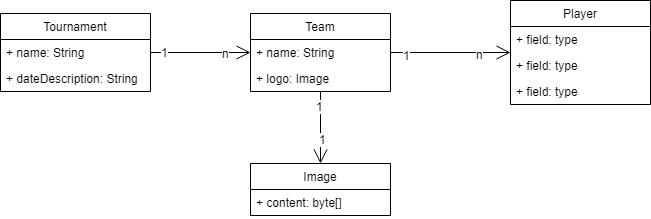
Before: documentation/ysg-manager_class-diagram.png, a diagram exported from draw.io (lukas99/ysg-manager). Source tidied: cells renumbered, new cells last; positions are measured from the earlier drawing's top-left corner, leaving out a move shared by most shapes.
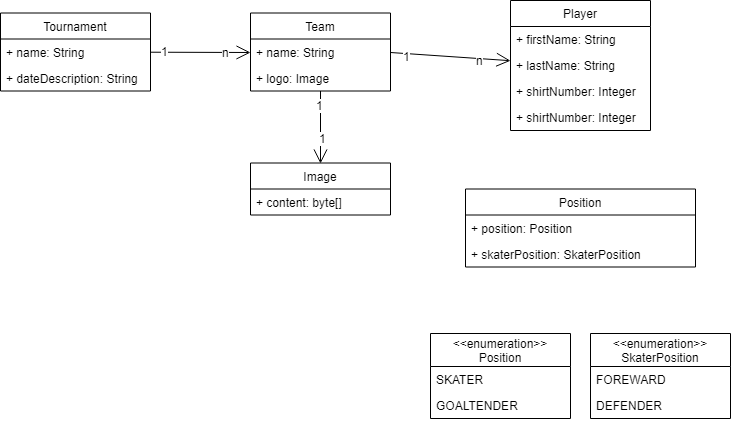
Above is the later version.

What changed in the source:
```diff
@@ -21,17 +21,20 @@
       <mxGeometry y="52" width="140" height="26" as="geometry" />
     </mxCell>
     <mxCell id="8" value="Player" style="swimlane;fontStyle=0;horizontal=1;startSize=26;fillColor=none;" parent="1" vertex="1">
-      <mxGeometry x="510" width="140" height="104" as="geometry" />
+      <mxGeometry x="510" y="0.5" width="140" height="130" as="geometry" />
     </mxCell>
-    <mxCell id="9" value="+ field: type" style="text;strokeColor=none;fillColor=none;align=left;verticalAlign=top;spacingLeft=4;spacingRight=4;overflow=hidden;" parent="8" vertex="1">
+    <mxCell id="9" value="+ firstName: String" style="text;strokeColor=none;fillColor=none;align=left;verticalAlign=top;spacingLeft=4;spacingRight=4;overflow=hidden;" parent="8" vertex="1">
       <mxGeometry y="26" width="140" height="26" as="geometry" />
     </mxCell>
-    <mxCell id="10" value="+ field: type" style="text;strokeColor=none;fillColor=none;align=left;verticalAlign=top;spacingLeft=4;spacingRight=4;overflow=hidden;" parent="8" vertex="1">
+    <mxCell id="10" value="+ lastName: String" style="text;strokeColor=none;fillColor=none;align=left;verticalAlign=top;spacingLeft=4;spacingRight=4;overflow=hidden;" parent="8" vertex="1">
       <mxGeometry y="52" width="140" height="26" as="geometry" />
     </mxCell>
-    <mxCell id="11" value="+ field: type" style="text;strokeColor=none;fillColor=none;align=left;verticalAlign=top;spacingLeft=4;spacingRight=4;overflow=hidden;" parent="8" vertex="1">
+    <mxCell id="11" value="+ shirtNumber: Integer" style="text;strokeColor=none;fillColor=none;align=left;verticalAlign=top;spacingLeft=4;spacingRight=4;overflow=hidden;" parent="8" vertex="1">
       <mxGeometry y="78" width="140" height="26" as="geometry" />
     </mxCell>
+    <mxCell id="23" value="+ shirtNumber: Integer" style="text;strokeColor=none;fillColor=none;align=left;verticalAlign=top;spacingLeft=4;spacingRight=4;overflow=hidden;" parent="8" vertex="1">
+      <mxGeometry y="104" width="140" height="26" as="geometry" />
+    </mxCell>
     <mxCell id="12" value="Image" style="swimlane;fontStyle=0;horizontal=1;startSize=26;fillColor=none;" parent="1" vertex="1">
       <mxGeometry x="250" y="163" width="140" height="52" as="geometry" />
     </mxCell>
@@ -67,5 +70,32 @@
         <mxPoint y="-5" as="offset" />
       </mxGeometry>
     </mxCell>
+    <mxCell id="24" value="&lt;&lt;enumeration&gt;&gt;&#10;Position" style="swimlane;fontStyle=0;horizontal=1;startSize=33;fillColor=none;" parent="1" vertex="1">
+      <mxGeometry x="430" y="333.5" width="140" height="85" as="geometry" />
+    </mxCell>
+    <mxCell id="25" value="SKATER" style="text;strokeColor=none;fillColor=none;align=left;verticalAlign=top;spacingLeft=4;spacingRight=4;overflow=hidden;" parent="24" vertex="1">
+      <mxGeometry y="33" width="140" height="26" as="geometry" />
+    </mxCell>
+    <mxCell id="26" value="GOALTENDER" style="text;strokeColor=none;fillColor=none;align=left;verticalAlign=top;spacingLeft=4;spacingRight=4;overflow=hidden;" parent="24" vertex="1">
+      <mxGeometry y="59" width="140" height="26" as="geometry" />
+    </mxCell>
+    <mxCell id="27" value="&lt;&lt;enumeration&gt;&gt;&#10;SkaterPosition" style="swimlane;fontStyle=0;horizontal=1;startSize=33;fillColor=none;" parent="1" vertex="1">
+      <mxGeometry x="590" y="333.5" width="140" height="85" as="geometry" />
+    </mxCell>
+    <mxCell id="28" value="FOREWARD" style="text;strokeColor=none;fillColor=none;align=left;verticalAlign=top;spacingLeft=4;spacingRight=4;overflow=hidden;" parent="27" vertex="1">
+      <mxGeometry y="33" width="140" height="26" as="geometry" />
+    </mxCell>
+    <mxCell id="29" value="DEFENDER" style="text;strokeColor=none;fillColor=none;align=left;verticalAlign=top;spacingLeft=4;spacingRight=4;overflow=hidden;" parent="27" vertex="1">
+      <mxGeometry y="59" width="140" height="26" as="geometry" />
+    </mxCell>
+    <mxCell id="30" value="Position" style="swimlane;fontStyle=0;horizontal=1;startSize=26;fillColor=none;" parent="1" vertex="1">
+      <mxGeometry x="465" y="189" width="230" height="78" as="geometry" />
+    </mxCell>
+    <mxCell id="31" value="+ position: Position" style="text;strokeColor=none;fillColor=none;align=left;verticalAlign=top;spacingLeft=4;spacingRight=4;overflow=hidden;" parent="30" vertex="1">
+      <mxGeometry y="26" width="230" height="26" as="geometry" />
+    </mxCell>
+    <mxCell id="32" value="+ skaterPosition: SkaterPosition" style="text;strokeColor=none;fillColor=none;align=left;verticalAlign=top;spacingLeft=4;spacingRight=4;overflow=hidden;" parent="30" vertex="1">
+      <mxGeometry y="52" width="230" height="26" as="geometry" />
+    </mxCell>
   </root>
 </mxGraphModel>
```
